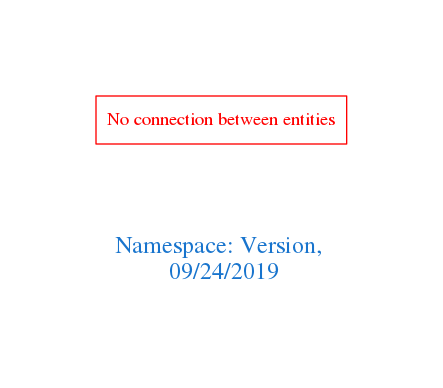
Above: downloads/Version.png in arago/OGIT (Graphviz), before the change. Its source is kept beside it as downloads/Version.dot.
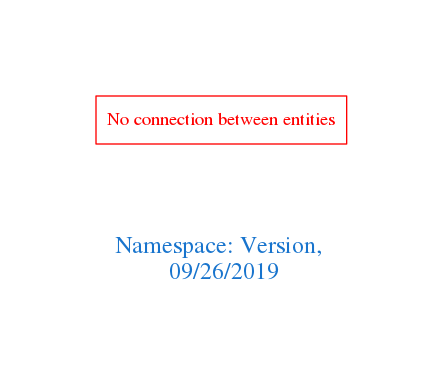
The same diagram one commit later.

What changed in the source:
```diff
@@ -1,7 +1,7 @@
 digraph OGIT_ontology {
  graph [ rankdir= LR,pad=1
 fontsize = 18,
-fontcolor= dodgerblue3,label = "\n\n\nNamespace: Version, \n 09/24/2019"];
+fontcolor= dodgerblue3,label = "\n\n\nNamespace: Version, \n 09/26/2019"];
 node[shape=polygon];
 edge [  color="gray81"];
 
```
